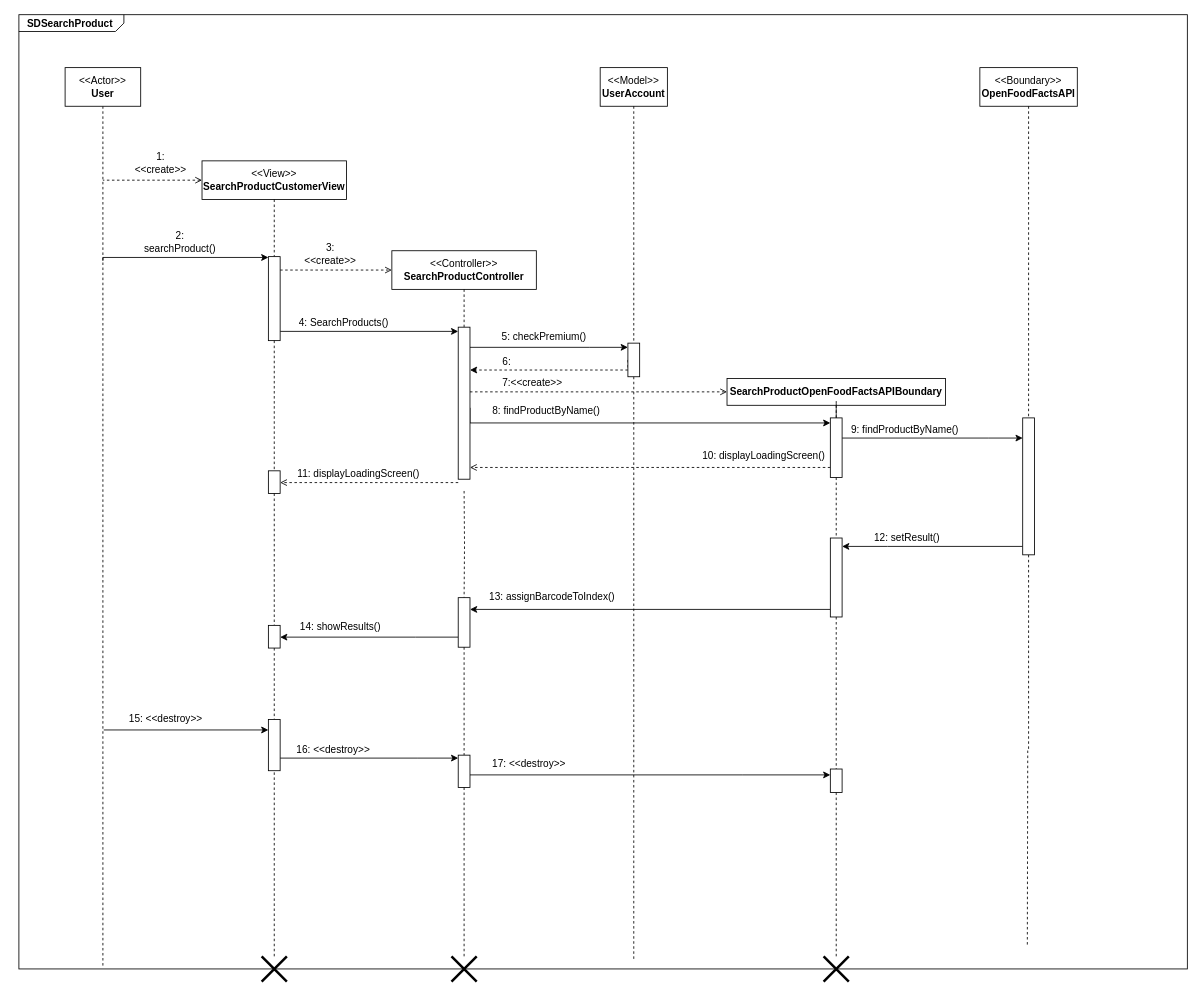
Earlier version of the draw.io diagram docx&pdf/Sequence Diagrams/SequenceDiagram_SearchProduct.drawio (FredHats99/HealthyCart). Source tidied: cells renumbered, new cells numbered last; positions are measured from the earlier drawing's top-left corner, leaving out a move shared by most shapes. Both pictures are drawn from the tidied source at 84%, with x=0, y=0 at pixel (18, 14).
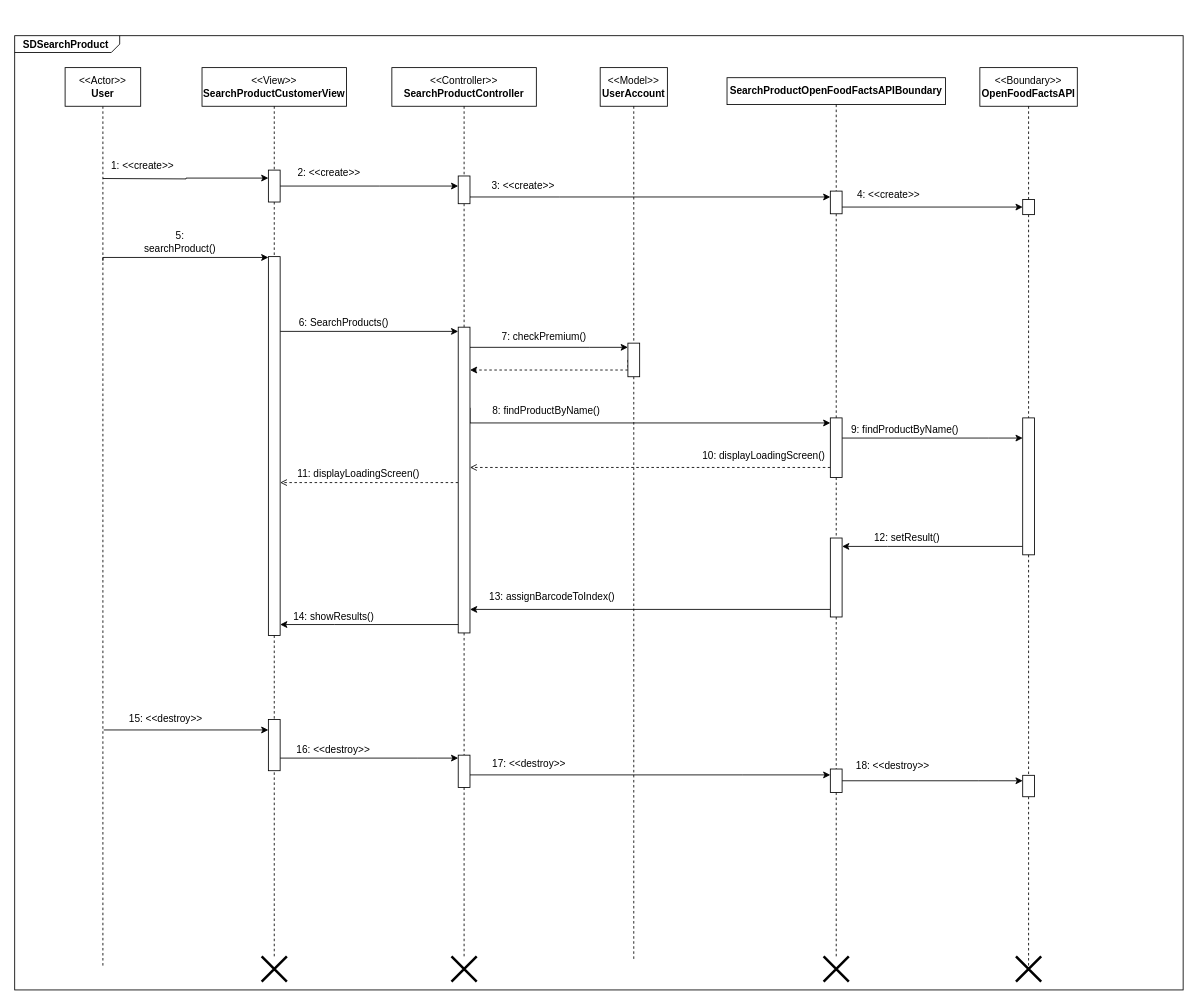
Above is the later version.

Commit message (it also covers changes not shown here):
Updated Sequence and State diagram with the correct export file to display them in their entirety

The change refers to these unchanged cells:
```xml
<mxCell id="11" value="&amp;lt;&amp;lt;Boundary&amp;gt;&amp;gt;&lt;br&gt;&lt;b&gt;OpenFoodFactsAPI&lt;/b&gt;" style="rounded=0;whiteSpace=wrap;html=1;" parent="1" vertex="1">
  <mxGeometry x="1144" y="63" width="116" height="46" as="geometry" />
</mxCell>
<mxCell id="35" style="rounded=0;whiteSpace=wrap;html=1;" parent="1" vertex="1">
  <mxGeometry x="966" y="480" width="14" height="71" as="geometry" />
</mxCell>
<mxCell id="39" style="rounded=0;whiteSpace=wrap;html=1;" parent="1" vertex="1">
  <mxGeometry x="1195" y="480" width="14" height="163" as="geometry" />
</mxCell>
<mxCell id="47" style="rounded=0;whiteSpace=wrap;html=1;" parent="1" vertex="1">
  <mxGeometry x="966" y="623" width="14" height="94" as="geometry" />
</mxCell>
<mxCell id="60" style="rounded=0;whiteSpace=wrap;html=1;" parent="1" vertex="1">
  <mxGeometry x="297" y="839" width="14" height="61" as="geometry" />
</mxCell>
<mxCell id="64" style="rounded=0;whiteSpace=wrap;html=1;" parent="1" vertex="1">
  <mxGeometry x="523" y="881.5" width="14" height="38.5" as="geometry" />
</mxCell>
<mxCell id="67" style="rounded=0;whiteSpace=wrap;html=1;" parent="1" vertex="1">
  <mxGeometry x="966" y="898" width="14" height="28" as="geometry" />
</mxCell>
```

The edit, as a diff of the source:
```diff
@@
+    <mxCell id="76" style="edgeStyle=orthogonalEdgeStyle;rounded=0;jettySize=auto;html=1;entryX=0;entryY=0.25;entryDx=0;entryDy=0;" parent="1" edge="1" target="79">
+      <mxGeometry relative="1" as="geometry">
+        <mxPoint x="100" y="195" as="sourcePoint" />
+      </mxGeometry>
+    </mxCell>
@@
-    <mxCell id="4" style="edgeStyle=orthogonalEdgeStyle;rounded=0;jettySize=auto;html=1;dashed=1;endArrow=none;endFill=0;startArrow=open;startFill=0;" parent="1" edge="1" source="5">
-      <mxGeometry relative="1" as="geometry">
-        <mxPoint x="100" y="197" as="targetPoint" />
-      </mxGeometry>
-    </mxCell>
     <mxCell id="5" value="&amp;lt;&amp;lt;View&amp;gt;&amp;gt;&lt;br&gt;&lt;b&gt;SearchProductCustomerView&lt;/b&gt;" style="rounded=0;whiteSpace=wrap;html=1;" parent="1" vertex="1">
-      <mxGeometry x="218" y="174" width="172" height="46" as="geometry" />
+      <mxGeometry x="218" y="63" width="172" height="46" as="geometry" />
     </mxCell>
     <mxCell id="6" value="&amp;lt;&amp;lt;Controller&amp;gt;&amp;gt;&lt;br&gt;&lt;b&gt;SearchProductController&lt;/b&gt;" style="rounded=0;whiteSpace=wrap;html=1;" parent="1" vertex="1">
-      <mxGeometry x="444" y="281" width="172" height="46" as="geometry" />
+      <mxGeometry x="444" y="63" width="172" height="46" as="geometry" />
     </mxCell>
@@
     <mxCell id="9" value="&lt;b&gt;SearchProductOpenFoodFactsAPIBoundary&lt;/b&gt;" style="rounded=0;whiteSpace=wrap;html=1;" parent="1" vertex="1">
-      <mxGeometry x="843" y="433" width="260" height="32" as="geometry" />
+      <mxGeometry x="843" y="75" width="260" height="32" as="geometry" />
     </mxCell>
-    <mxCell id="10" style="edgeStyle=orthogonalEdgeStyle;rounded=0;jettySize=auto;html=1;dashed=1;endArrow=none;endFill=0;startArrow=none;" parent="1" edge="1" source="39">
-      <mxGeometry relative="1" as="geometry">
-        <mxPoint x="1200.5" y="1109.4" as="targetPoint" />
-      </mxGeometry>
-    </mxCell>
@@
-    <mxCell id="12" value="1:&lt;br&gt;&amp;lt;&amp;lt;create&amp;gt;&amp;gt;" style="text;html=1;strokeColor=none;fillColor=none;align=center;verticalAlign=middle;whiteSpace=wrap;rounded=0;" parent="1" vertex="1">
-      <mxGeometry x="139" y="162" width="60" height="30" as="geometry" />
+    <mxCell id="12" value="1: &amp;lt;&amp;lt;create&amp;gt;&amp;gt;" style="text;html=1;strokeColor=none;fillColor=none;align=center;verticalAlign=middle;whiteSpace=wrap;rounded=0;" parent="1" vertex="1">
+      <mxGeometry x="104" y="168" width="87" height="24" as="geometry" />
     </mxCell>
-    <mxCell id="13" style="edgeStyle=orthogonalEdgeStyle;rounded=0;jettySize=auto;html=1;dashed=1;endArrow=none;endFill=0;" parent="1" edge="1" source="5" target="17">
+    <mxCell id="13" style="edgeStyle=orthogonalEdgeStyle;rounded=0;jettySize=auto;html=1;dashed=1;endArrow=none;endFill=0;startArrow=none;" parent="1" edge="1" source="79" target="17">
       <mxGeometry relative="1" as="geometry" />
     </mxCell>
@@
-    <mxCell id="15" style="edgeStyle=orthogonalEdgeStyle;rounded=0;jettySize=auto;html=1;entryX=0;entryY=0.5;entryDx=0;entryDy=0;startArrow=none;startFill=0;endArrow=open;endFill=0;dashed=1;" parent="1" edge="1" source="17" target="6">
+    <mxCell id="15" style="edgeStyle=orthogonalEdgeStyle;rounded=0;jettySize=auto;html=1;startArrow=none;startFill=0;endArrow=classic;endFill=1;" parent="1" edge="1" source="79" target="82">
       <mxGeometry relative="1" as="geometry">
         <Array as="points">
-          <mxPoint x="399" y="304" />
-          <mxPoint x="399" y="304" />
+          <mxPoint x="429" y="204" />
+          <mxPoint x="429" y="204" />
         </Array>
       </mxGeometry>
     </mxCell>
@@
     <mxCell id="17" style="rounded=0;whiteSpace=wrap;html=1;" parent="1" vertex="1">
-      <mxGeometry x="297" y="288" width="14" height="100" as="geometry" />
+      <mxGeometry x="297" y="288" width="14" height="451" as="geometry" />
     </mxCell>
-    <mxCell id="18" value="2:&lt;br&gt;searchProduct()" style="text;html=1;strokeColor=none;fillColor=none;align=center;verticalAlign=middle;whiteSpace=wrap;rounded=0;" parent="1" vertex="1">
+    <mxCell id="18" value="5:&lt;br&gt;searchProduct()" style="text;html=1;strokeColor=none;fillColor=none;align=center;verticalAlign=middle;whiteSpace=wrap;rounded=0;" parent="1" vertex="1">
       <mxGeometry x="143" y="256" width="98" height="30" as="geometry" />
     </mxCell>
-    <mxCell id="19" value="3:&lt;br&gt;&amp;lt;&amp;lt;create&amp;gt;&amp;gt;" style="text;html=1;strokeColor=none;fillColor=none;align=center;verticalAlign=middle;whiteSpace=wrap;rounded=0;" parent="1" vertex="1">
-      <mxGeometry x="341" y="270" width="60" height="30" as="geometry" />
+    <mxCell id="19" value="2: &amp;lt;&amp;lt;create&amp;gt;&amp;gt;" style="text;html=1;strokeColor=none;fillColor=none;align=center;verticalAlign=middle;whiteSpace=wrap;rounded=0;" parent="1" vertex="1">
+      <mxGeometry x="326" y="177" width="87" height="21" as="geometry" />
     </mxCell>
-    <mxCell id="20" style="edgeStyle=orthogonalEdgeStyle;rounded=0;jettySize=auto;html=1;dashed=1;endArrow=none;endFill=0;" parent="1" edge="1" source="6" target="25">
+    <mxCell id="20" style="edgeStyle=orthogonalEdgeStyle;rounded=0;jettySize=auto;html=1;dashed=1;endArrow=none;endFill=0;startArrow=none;" parent="1" edge="1" source="82" target="25">
       <mxGeometry relative="1" as="geometry" />
     </mxCell>
@@
-    <mxCell id="23" style="edgeStyle=orthogonalEdgeStyle;rounded=0;jettySize=auto;html=1;dashed=1;startArrow=none;startFill=0;endArrow=open;endFill=0;" parent="1" edge="1" target="43">
+    <mxCell id="23" style="edgeStyle=orthogonalEdgeStyle;rounded=0;jettySize=auto;html=1;dashed=1;startArrow=none;startFill=0;endArrow=open;endFill=0;" parent="1" edge="1" source="25">
       <mxGeometry relative="1" as="geometry">
-        <mxPoint x="523" y="557" as="sourcePoint" />
+        <mxPoint x="311" y="557" as="targetPoint" />
         <Array as="points">
-          <mxPoint x="474" y="557" />
-          <mxPoint x="474" y="557" />
+          <mxPoint x="485" y="557" />
+          <mxPoint x="485" y="557" />
         </Array>
       </mxGeometry>
     </mxCell>
-    <mxCell id="24" style="edgeStyle=orthogonalEdgeStyle;rounded=0;jettySize=auto;html=1;startArrow=none;startFill=0;endArrow=open;endFill=0;dashed=1;" parent="1" edge="1" source="25" target="9">
-      <mxGeometry relative="1" as="geometry">
-        <Array as="points">
-          <mxPoint x="768" y="449" />
-          <mxPoint x="768" y="449" />
-        </Array>
-      </mxGeometry>
-    </mxCell>
     <mxCell id="25" style="rounded=0;whiteSpace=wrap;html=1;" parent="1" vertex="1">
-      <mxGeometry x="523" y="372" width="14" height="181" as="geometry" />
+      <mxGeometry x="523" y="372" width="14" height="364" as="geometry" />
     </mxCell>
-    <mxCell id="26" value="4: SearchProducts()" style="text;html=1;strokeColor=none;fillColor=none;align=center;verticalAlign=middle;whiteSpace=wrap;rounded=0;" parent="1" vertex="1">
+    <mxCell id="26" value="6: SearchProducts()" style="text;html=1;strokeColor=none;fillColor=none;align=center;verticalAlign=middle;whiteSpace=wrap;rounded=0;" parent="1" vertex="1">
       <mxGeometry x="326" y="353" width="122" height="28" as="geometry" />
     </mxCell>
@@
-    <mxCell id="30" value="5: checkPremium()" style="text;html=1;strokeColor=none;fillColor=none;align=center;verticalAlign=middle;whiteSpace=wrap;rounded=0;" parent="1" vertex="1">
+    <mxCell id="30" value="7: checkPremium()" style="text;html=1;strokeColor=none;fillColor=none;align=center;verticalAlign=middle;whiteSpace=wrap;rounded=0;" parent="1" vertex="1">
       <mxGeometry x="570" y="372" width="111" height="23" as="geometry" />
     </mxCell>
-    <mxCell id="31" value="6:" style="text;html=1;strokeColor=none;fillColor=none;align=center;verticalAlign=middle;whiteSpace=wrap;rounded=0;" parent="1" vertex="1">
-      <mxGeometry x="551" y="398" width="60" height="30" as="geometry" />
-    </mxCell>
-    <mxCell id="32" style="edgeStyle=orthogonalEdgeStyle;rounded=0;jettySize=auto;html=1;dashed=1;endArrow=none;endFill=0;exitX=0.5;exitY=1;exitDx=0;exitDy=0;" parent="1" edge="1" source="9" target="35">
+    <mxCell id="32" style="edgeStyle=orthogonalEdgeStyle;rounded=0;jettySize=auto;html=1;dashed=1;endArrow=none;endFill=0;exitX=0.5;exitY=1;exitDx=0;exitDy=0;startArrow=none;" parent="1" edge="1" source="85" target="35">
       <mxGeometry relative="1" as="geometry" />
     </mxCell>
@@
-    <mxCell id="37" style="edgeStyle=orthogonalEdgeStyle;rounded=0;jettySize=auto;html=1;dashed=1;endArrow=none;endFill=0;" parent="1" edge="1" source="11" target="39">
+    <mxCell id="37" style="edgeStyle=orthogonalEdgeStyle;rounded=0;jettySize=auto;html=1;dashed=1;endArrow=none;endFill=0;startArrow=none;" parent="1" edge="1" source="87" target="39">
       <mxGeometry relative="1" as="geometry" />
     </mxCell>
@@
-    <mxCell id="42" style="edgeStyle=orthogonalEdgeStyle;rounded=0;jettySize=auto;html=1;dashed=1;endArrow=none;endFill=0;startArrow=none;" parent="1" edge="1" source="17" target="43">
-      <mxGeometry relative="1" as="geometry" />
-    </mxCell>
-    <mxCell id="43" style="rounded=0;whiteSpace=wrap;html=1;" parent="1" vertex="1">
-      <mxGeometry x="297" y="543" width="14" height="27" as="geometry" />
-    </mxCell>
@@
-    <mxCell id="46" style="edgeStyle=orthogonalEdgeStyle;rounded=0;jettySize=auto;html=1;startArrow=none;startFill=0;endArrow=classic;endFill=1;" parent="1" edge="1" source="47" target="51">
+    <mxCell id="46" style="edgeStyle=orthogonalEdgeStyle;rounded=0;jettySize=auto;html=1;startArrow=none;startFill=0;endArrow=classic;endFill=1;" parent="1" edge="1" source="47">
       <mxGeometry relative="1" as="geometry">
+        <mxPoint x="537" y="708" as="targetPoint" />
         <Array as="points">
           <mxPoint x="643" y="708" />
           <mxPoint x="643" y="708" />
         </Array>
       </mxGeometry>
     </mxCell>
@@
-    <mxCell id="49" style="edgeStyle=orthogonalEdgeStyle;rounded=0;jettySize=auto;html=1;dashed=1;endArrow=none;endFill=0;startArrow=none;" parent="1" edge="1" target="51">
-      <mxGeometry relative="1" as="geometry">
-        <mxPoint x="530" y="567" as="sourcePoint" />
-      </mxGeometry>
-    </mxCell>
-    <mxCell id="50" style="edgeStyle=orthogonalEdgeStyle;rounded=0;jettySize=auto;html=1;startArrow=none;startFill=0;endArrow=classic;endFill=1;" parent="1" edge="1" source="51" target="53">
+    <mxCell id="50" style="edgeStyle=orthogonalEdgeStyle;rounded=0;jettySize=auto;html=1;startArrow=none;startFill=0;endArrow=classic;endFill=1;" parent="1" edge="1" source="25" target="17">
       <mxGeometry relative="1" as="geometry">
         <Array as="points">
-          <mxPoint x="472" y="741" />
-          <mxPoint x="472" y="741" />
+          <mxPoint x="376" y="726" />
+          <mxPoint x="376" y="726" />
         </Array>
       </mxGeometry>
     </mxCell>
-    <mxCell id="51" style="rounded=0;whiteSpace=wrap;html=1;" parent="1" vertex="1">
-      <mxGeometry x="523" y="694" width="14" height="59" as="geometry" />
-    </mxCell>
-    <mxCell id="52" style="edgeStyle=orthogonalEdgeStyle;rounded=0;jettySize=auto;html=1;dashed=1;endArrow=none;endFill=0;startArrow=none;" parent="1" edge="1" source="43" target="53">
-      <mxGeometry relative="1" as="geometry" />
-    </mxCell>
-    <mxCell id="53" style="rounded=0;whiteSpace=wrap;html=1;" parent="1" vertex="1">
-      <mxGeometry x="297" y="727" width="14" height="27" as="geometry" />
-    </mxCell>
@@
     <mxCell id="55" value="14: showResults()" style="text;html=1;strokeColor=none;fillColor=none;align=center;verticalAlign=middle;whiteSpace=wrap;rounded=0;" parent="1" vertex="1">
-      <mxGeometry x="331" y="717" width="104" height="23" as="geometry" />
+      <mxGeometry x="322.5" y="705" width="104" height="23" as="geometry" />
     </mxCell>
-    <mxCell id="56" value="7:&amp;lt;&amp;lt;create&amp;gt;&amp;gt;" style="text;html=1;strokeColor=none;fillColor=none;align=center;verticalAlign=middle;whiteSpace=wrap;rounded=0;" parent="1" vertex="1">
-      <mxGeometry x="564" y="424" width="95" height="30" as="geometry" />
-    </mxCell>
-    <mxCell id="57" style="edgeStyle=orthogonalEdgeStyle;rounded=0;jettySize=auto;html=1;dashed=1;endArrow=none;endFill=0;startArrow=none;" parent="1" edge="1" source="53" target="60">
+    <mxCell id="57" style="edgeStyle=orthogonalEdgeStyle;rounded=0;jettySize=auto;html=1;dashed=1;endArrow=none;endFill=0;startArrow=none;" parent="1" edge="1" source="17" target="60">
       <mxGeometry relative="1" as="geometry" />
     </mxCell>
@@
-    <mxCell id="62" style="edgeStyle=orthogonalEdgeStyle;rounded=0;jettySize=auto;html=1;dashed=1;endArrow=none;endFill=0;startArrow=none;" parent="1" edge="1" source="51" target="64">
+    <mxCell id="62" style="edgeStyle=orthogonalEdgeStyle;rounded=0;jettySize=auto;html=1;dashed=1;endArrow=none;endFill=0;startArrow=none;" parent="1" edge="1" source="25" target="64">
       <mxGeometry relative="1" as="geometry" />
     </mxCell>
@@
+    <mxCell id="77" style="edgeStyle=orthogonalEdgeStyle;rounded=0;jettySize=auto;html=1;" parent="1" edge="1" source="67" target="92">
+      <mxGeometry relative="1" as="geometry">
+        <Array as="points">
+          <mxPoint x="1142" y="912" />
+          <mxPoint x="1142" y="912" />
+        </Array>
+      </mxGeometry>
+    </mxCell>
@@
     <mxCell id="75" value="&lt;p style=&quot;margin:0px;margin-top:4px;margin-left:10px;text-align:left;&quot;&gt;&lt;b&gt;SDSearchProduct&lt;/b&gt;&lt;/p&gt;" style="html=1;shape=mxgraph.sysml.package;xSize=90;align=left;spacingLeft=10;overflow=fill;fillOpacity=0;labelX=125.57;" parent="1" vertex="1">
-      <mxGeometry width="1391" height="1136" as="geometry" />
+      <mxGeometry x="-5" y="25" width="1391" height="1136" as="geometry" />
     </mxCell>
+    <mxCell id="78" style="edgeStyle=orthogonalEdgeStyle;rounded=0;jettySize=auto;html=1;dashed=1;endArrow=none;endFill=0;" parent="1" edge="1" source="5" target="79">
+      <mxGeometry relative="1" as="geometry" />
+    </mxCell>
+    <mxCell id="79" style="rounded=0;whiteSpace=wrap;html=1;" parent="1" vertex="1">
+      <mxGeometry x="297" y="185" width="14" height="38" as="geometry" />
+    </mxCell>
+    <mxCell id="80" style="edgeStyle=orthogonalEdgeStyle;rounded=0;jettySize=auto;html=1;dashed=1;endArrow=none;endFill=0;" parent="1" edge="1" source="6" target="82">
+      <mxGeometry relative="1" as="geometry" />
+    </mxCell>
+    <mxCell id="81" style="edgeStyle=orthogonalEdgeStyle;rounded=0;jettySize=auto;html=1;" parent="1" edge="1" source="82" target="85">
+      <mxGeometry relative="1" as="geometry">
+        <Array as="points">
+          <mxPoint x="644" y="217" />
+          <mxPoint x="644" y="217" />
+        </Array>
+      </mxGeometry>
+    </mxCell>
+    <mxCell id="82" style="rounded=0;whiteSpace=wrap;html=1;" parent="1" vertex="1">
+      <mxGeometry x="523" y="192" width="14" height="33" as="geometry" />
+    </mxCell>
+    <mxCell id="83" style="edgeStyle=orthogonalEdgeStyle;rounded=0;jettySize=auto;html=1;dashed=1;endArrow=none;endFill=0;exitX=0.5;exitY=1;exitDx=0;exitDy=0;" parent="1" edge="1" source="9" target="85">
+      <mxGeometry relative="1" as="geometry" />
+    </mxCell>
+    <mxCell id="84" style="edgeStyle=orthogonalEdgeStyle;rounded=0;jettySize=auto;html=1;" parent="1" edge="1" source="85" target="87">
+      <mxGeometry relative="1" as="geometry">
+        <Array as="points">
+          <mxPoint x="1037" y="229" />
+          <mxPoint x="1037" y="229" />
+        </Array>
+      </mxGeometry>
+    </mxCell>
+    <mxCell id="85" style="rounded=0;whiteSpace=wrap;html=1;" parent="1" vertex="1">
+      <mxGeometry x="966" y="210" width="14" height="27" as="geometry" />
+    </mxCell>
+    <mxCell id="86" style="edgeStyle=orthogonalEdgeStyle;rounded=0;jettySize=auto;html=1;dashed=1;endArrow=none;endFill=0;" parent="1" edge="1" source="11" target="87">
+      <mxGeometry relative="1" as="geometry" />
+    </mxCell>
+    <mxCell id="87" style="rounded=0;whiteSpace=wrap;html=1;" parent="1" vertex="1">
+      <mxGeometry x="1195" y="220" width="14" height="18" as="geometry" />
+    </mxCell>
+    <mxCell id="88" value="3: &amp;lt;&amp;lt;create&amp;gt;&amp;gt;" style="text;html=1;strokeColor=none;fillColor=none;align=center;verticalAlign=middle;whiteSpace=wrap;rounded=0;" parent="1" vertex="1">
+      <mxGeometry x="557" y="193.5" width="87" height="21" as="geometry" />
+    </mxCell>
+    <mxCell id="89" value="4: &amp;lt;&amp;lt;create&amp;gt;&amp;gt;" style="text;html=1;strokeColor=none;fillColor=none;align=center;verticalAlign=middle;whiteSpace=wrap;rounded=0;" parent="1" vertex="1">
+      <mxGeometry x="992" y="204" width="87" height="21" as="geometry" />
+    </mxCell>
+    <mxCell id="90" style="edgeStyle=orthogonalEdgeStyle;rounded=0;jettySize=auto;html=1;dashed=1;endArrow=none;endFill=0;startArrow=none;" parent="1" edge="1" source="39" target="92">
+      <mxGeometry relative="1" as="geometry" />
+    </mxCell>
+    <mxCell id="91" style="edgeStyle=orthogonalEdgeStyle;rounded=0;jettySize=auto;html=1;dashed=1;endArrow=none;endFill=0;entryX=0.5;entryY=0.533;entryDx=0;entryDy=0;entryPerimeter=0;" parent="1" edge="1" source="92" target="94">
+      <mxGeometry relative="1" as="geometry" />
+    </mxCell>
+    <mxCell id="92" style="rounded=0;whiteSpace=wrap;html=1;" parent="1" vertex="1">
+      <mxGeometry x="1195" y="905.5" width="14" height="25.5" as="geometry" />
+    </mxCell>
+    <mxCell id="93" value="18: &amp;lt;&amp;lt;destroy&amp;gt;&amp;gt;" style="text;html=1;strokeColor=none;fillColor=none;align=center;verticalAlign=middle;whiteSpace=wrap;rounded=0;" parent="1" vertex="1">
+      <mxGeometry x="992" y="881.5" width="97" height="26.5" as="geometry" />
+    </mxCell>
+    <mxCell id="94" style="shape=umlDestroy;whiteSpace=wrap;html=1;strokeWidth=3;" parent="1" vertex="1">
+      <mxGeometry x="1187" y="1121" width="30" height="30" as="geometry" />
+    </mxCell>
```
